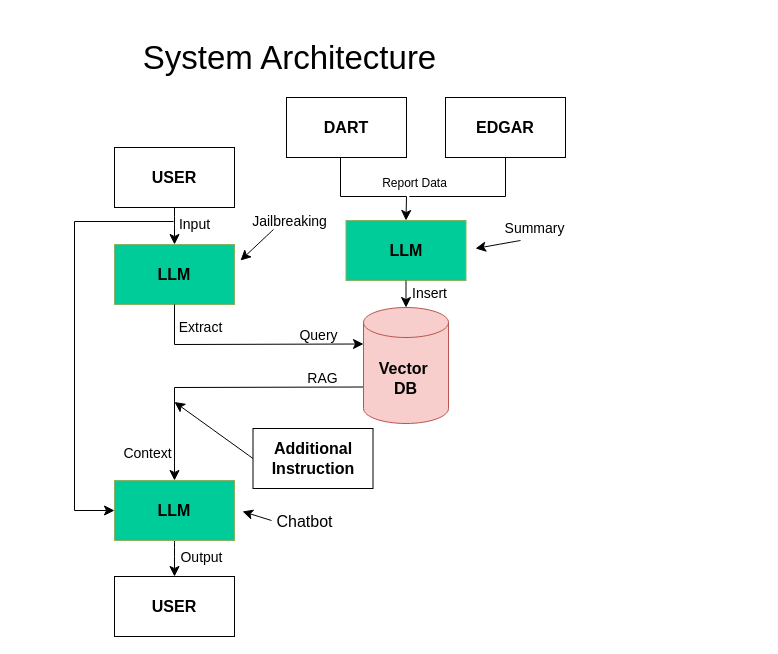
Above: PROJECT/시스템아키텍쳐.drawio in wjdfo/project2team8 (draw.io), before the change. Source tidied: cells renumbered, new cells numbered last; positions are measured from the earlier drawing's top-left corner, leaving out a move shared by most shapes. Both pictures are drawn from the tidied source at 100%, with x=0, y=0 at pixel (74, 31).
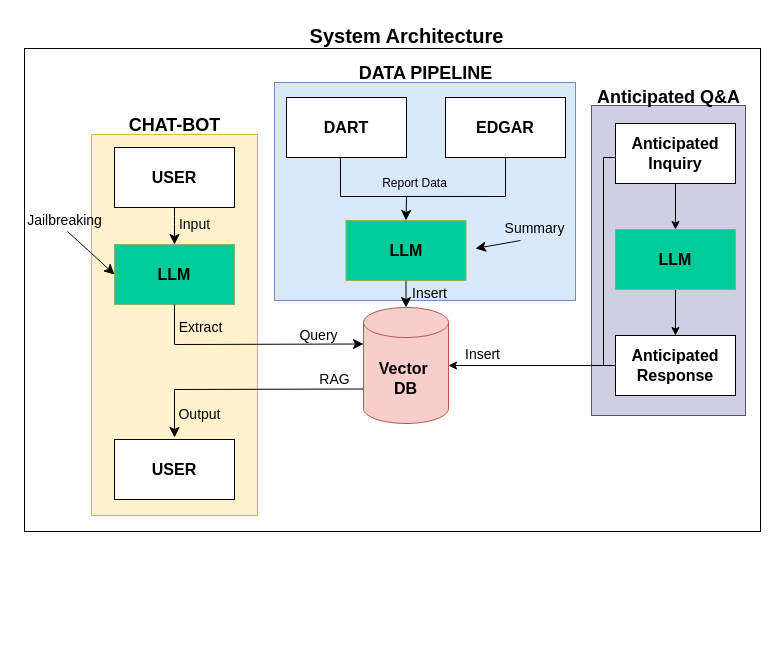
After the change.

Commit message (it also covers changes not shown here):
Docs: System Architecture v2

The change refers to these unchanged cells:
```xml
<mxCell id="4" value="&lt;font style=&quot;font-size: 16px;&quot;&gt;&lt;b&gt;LLM&lt;/b&gt;&lt;/font&gt;" style="rounded=0;whiteSpace=wrap;html=1;fillColor=#00CC99;strokeColor=#82b366;" parent="1" vertex="1">
  <mxGeometry x="40" y="213" width="120" height="60" as="geometry" />
</mxCell>
<mxCell id="9" value="&lt;font style=&quot;font-size: 16px;&quot;&gt;&lt;b&gt;Vector&amp;nbsp;&lt;/b&gt;&lt;/font&gt;&lt;div style=&quot;font-size: 16px;&quot;&gt;&lt;font style=&quot;font-size: 16px;&quot;&gt;&lt;b&gt;DB&lt;/b&gt;&lt;/font&gt;&lt;/div&gt;" style="shape=cylinder3;whiteSpace=wrap;html=1;boundedLbl=1;backgroundOutline=1;size=15;fillColor=#f8cecc;strokeColor=#b85450;" parent="1" vertex="1">
  <mxGeometry x="289" y="276" width="85" height="116" as="geometry" />
</mxCell>
<mxCell id="12" value="&lt;font style=&quot;font-size: 16px;&quot;&gt;&lt;b&gt;EDGAR&lt;/b&gt;&lt;/font&gt;" style="rounded=0;whiteSpace=wrap;html=1;" parent="1" vertex="1">
  <mxGeometry x="371" y="66" width="120" height="60" as="geometry" />
</mxCell>
<mxCell id="15" value="&lt;font style=&quot;font-size: 12px;&quot;&gt;Report Data&lt;/font&gt;" style="text;html=1;align=center;verticalAlign=middle;points=[];strokeColor=none;fillColor=none;fontSize=16;" parent="1" vertex="1">
  <mxGeometry x="298.5" y="134" width="83" height="31" as="geometry" />
</mxCell>
```

Diff of the diagram source:
```diff
@@
+    <mxCell id="35" style="rounded=0;whiteSpace=wrap;html=1;" parent="1" vertex="1">
+      <mxGeometry x="-50" y="17" width="736" height="483" as="geometry" />
+    </mxCell>
+    <mxCell id="36" style="rounded=0;whiteSpace=wrap;html=1;fillColor=#fff2cc;strokeColor=#d6b656;" parent="1" vertex="1">
+      <mxGeometry x="17" y="103" width="166" height="381" as="geometry" />
+    </mxCell>
+    <mxCell id="37" style="rounded=0;whiteSpace=wrap;html=1;fillColor=#d0cee2;strokeColor=#56517e;" parent="1" vertex="1">
+      <mxGeometry x="517" y="74" width="154" height="310" as="geometry" />
+    </mxCell>
+    <mxCell id="38" style="rounded=0;whiteSpace=wrap;html=1;fillColor=#dae8fc;strokeColor=#6c8ebf;" parent="1" vertex="1">
+      <mxGeometry x="200" y="51" width="301" height="218" as="geometry" />
+    </mxCell>
@@
-    <mxCell id="5" style="edgeStyle=none;curved=1;rounded=0;jettySize=auto;html=1;exitX=0.5;exitY=1;exitDx=0;exitDy=0;entryX=0.5;entryY=0;entryDx=0;entryDy=0;fontSize=12;startSize=8;endSize=8;" parent="1" edge="1" source="6" target="7">
-      <mxGeometry relative="1" as="geometry" />
-    </mxCell>
-    <mxCell id="6" value="&lt;font style=&quot;font-size: 16px;&quot;&gt;&lt;b&gt;LLM&lt;/b&gt;&lt;/font&gt;" style="rounded=0;whiteSpace=wrap;html=1;fillColor=#00cc99;strokeColor=#82b366;" parent="1" vertex="1">
-      <mxGeometry x="40" y="449" width="120" height="60" as="geometry" />
-    </mxCell>
     <mxCell id="7" value="&lt;font style=&quot;font-size: 16px;&quot;&gt;&lt;b&gt;USER&lt;/b&gt;&lt;/font&gt;" style="rounded=0;whiteSpace=wrap;html=1;" parent="1" vertex="1">
-      <mxGeometry x="40" y="545" width="120" height="60" as="geometry" />
+      <mxGeometry x="40" y="408" width="120" height="60" as="geometry" />
     </mxCell>
-    <mxCell id="8" style="edgeStyle=none;curved=0;rounded=0;jettySize=auto;html=1;exitX=0;exitY=0;exitDx=0;exitDy=79.5;exitPerimeter=0;entryX=0.5;entryY=0;entryDx=0;entryDy=0;fontSize=12;startSize=8;endSize=8;" parent="1" edge="1" source="9" target="6">
+    <mxCell id="8" style="edgeStyle=none;curved=0;rounded=0;orthogonalLoop=1;jettySize=auto;html=1;exitX=0;exitY=0;exitDx=0;exitDy=79.5;exitPerimeter=0;fontSize=12;startSize=8;endSize=8;" parent="1" edge="1">
       <mxGeometry relative="1" as="geometry">
+        <mxPoint x="289" y="357.5" as="sourcePoint" />
+        <mxPoint x="100" y="406" as="targetPoint" />
         <Array as="points">
-          <mxPoint x="100" y="356" />
+          <mxPoint x="100" y="358" />
         </Array>
       </mxGeometry>
     </mxCell>
@@
-    <mxCell id="14" style="endArrow=none;html=1;rounded=0;fontSize=12;startSize=8;endSize=8;curved=0;exitX=0.5;exitY=1;exitDx=0;exitDy=0;entryX=0.438;entryY=1;entryDx=0;entryDy=0;entryPerimeter=0;" parent="1" edge="1" source="12" target="15">
+    <mxCell id="14" style="endArrow=none;html=1;rounded=0;fontSize=12;startSize=8;endSize=8;curved=0;exitX=0.5;exitY=1;exitDx=0;exitDy=0;entryX=0.405;entryY=0.998;entryDx=0;entryDy=0;entryPerimeter=0;" parent="1" edge="1" source="12" target="15">
       <mxGeometry relative="1" as="geometry">
         <Array as="points">
           <mxPoint x="431" y="165" />
         </Array>
       </mxGeometry>
     </mxCell>
@@
-    <mxCell id="17" style="endArrow=classic;html=1;rounded=0;fontSize=12;startSize=8;endSize=8;curved=0;entryX=0;entryY=0.5;entryDx=0;entryDy=0;" parent="1" edge="1" target="6">
-      <mxGeometry relative="1" as="geometry">
-        <mxPoint x="99" y="190" as="sourcePoint" />
-        <Array as="points">
-          <mxPoint y="190" />
-          <mxPoint y="479" />
-        </Array>
-      </mxGeometry>
-    </mxCell>
@@
-    <mxCell id="20" value="&lt;font style=&quot;font-size: 14px;&quot;&gt;Output&lt;/font&gt;" style="text;html=1;align=center;verticalAlign=middle;strokeColor=none;fillColor=none;fontSize=16;" parent="1" vertex="1">
-      <mxGeometry x="97" y="509" width="60" height="31" as="geometry" />
-    </mxCell>
-    <mxCell id="21" style="edgeStyle=none;curved=1;rounded=0;jettySize=auto;html=1;exitX=0;exitY=0.5;exitDx=0;exitDy=0;fontSize=12;startSize=8;endSize=8;" parent="1" edge="1" source="22">
-      <mxGeometry relative="1" as="geometry">
-        <mxPoint x="100" y="370.5" as="targetPoint" />
-      </mxGeometry>
-    </mxCell>
-    <mxCell id="22" value="&lt;span style=&quot;font-size: 16px;&quot;&gt;&lt;b&gt;Additional&lt;/b&gt;&lt;/span&gt;&lt;div&gt;&lt;span style=&quot;font-size: 16px;&quot;&gt;&lt;b&gt;Instruction&lt;/b&gt;&lt;/span&gt;&lt;/div&gt;" style="rounded=0;whiteSpace=wrap;html=1;" parent="1" vertex="1">
-      <mxGeometry x="178.5" y="397" width="120" height="60" as="geometry" />
-    </mxCell>
-    <mxCell id="23" value="&lt;font style=&quot;font-size: 14px;&quot;&gt;Context&lt;/font&gt;" style="text;html=1;align=center;verticalAlign=middle;strokeColor=none;fillColor=none;fontSize=16;" parent="1" vertex="1">
-      <mxGeometry x="40" y="405" width="66" height="31" as="geometry" />
-    </mxCell>
-    <mxCell id="24" value="&lt;font style=&quot;font-size: 14px;&quot;&gt;RAG&lt;/font&gt;" style="text;html=1;align=center;verticalAlign=middle;strokeColor=none;fillColor=none;fontSize=16;" parent="1" vertex="1">
-      <mxGeometry x="223.5" y="330" width="48" height="31" as="geometry" />
-    </mxCell>
     <mxCell id="25" value="&lt;font style=&quot;font-size: 14px;&quot;&gt;Jailbreaking&lt;/font&gt;" style="text;html=1;align=center;verticalAlign=middle;points=[];strokeColor=none;fillColor=none;fontSize=16;" parent="1" vertex="1">
-      <mxGeometry x="168" y="173" width="93" height="31" as="geometry" />
+      <mxGeometry x="-57" y="172" width="93" height="31" as="geometry" />
     </mxCell>
-    <mxCell id="26" style="endArrow=classic;html=1;rounded=0;fontSize=12;startSize=8;endSize=8;curved=1;" parent="1" edge="1">
-      <mxGeometry relative="1" as="geometry">
-        <mxPoint x="199" y="198" as="sourcePoint" />
-        <mxPoint x="166" y="229" as="targetPoint" />
-      </mxGeometry>
+    <mxCell id="26" style="endArrow=classic;html=1;rounded=0;fontSize=12;startSize=8;endSize=8;curved=1;exitX=0.538;exitY=0.903;exitDx=0;exitDy=0;exitPerimeter=0;entryX=0;entryY=0.5;entryDx=0;entryDy=0;" parent="1" edge="1" source="25" target="4">
+      <mxGeometry relative="1" as="geometry" />
     </mxCell>
@@
-    <mxCell id="32" value="Chatbot" style="text;html=1;align=center;verticalAlign=middle;points=[];strokeColor=none;fillColor=none;fontSize=16;" parent="1" vertex="1">
-      <mxGeometry x="193" y="474" width="74" height="31" as="geometry" />
-    </mxCell>
-    <mxCell id="33" style="endArrow=classic;html=1;rounded=0;fontSize=12;startSize=8;endSize=8;curved=1;exitX=0.054;exitY=0.484;exitDx=0;exitDy=0;exitPerimeter=0;" parent="1" edge="1" source="32">
-      <mxGeometry relative="1" as="geometry">
-        <mxPoint x="168" y="480" as="targetPoint" />
-      </mxGeometry>
-    </mxCell>
+    <mxCell id="39" style="edgeStyle=orthogonalEdgeStyle;rounded=0;jettySize=auto;html=1;exitX=0.5;exitY=1;exitDx=0;exitDy=0;entryX=0.5;entryY=0;entryDx=0;entryDy=0;" parent="1" edge="1" source="40" target="6">
+      <mxGeometry relative="1" as="geometry" />
+    </mxCell>
+    <mxCell id="40" value="&lt;font style=&quot;font-size: 16px;&quot;&gt;&lt;b&gt;Anticipated Inquiry&lt;/b&gt;&lt;/font&gt;" style="rounded=0;whiteSpace=wrap;html=1;" parent="1" vertex="1">
+      <mxGeometry x="541" y="92" width="120" height="60" as="geometry" />
+    </mxCell>
+    <mxCell id="41" style="edgeStyle=orthogonalEdgeStyle;rounded=0;jettySize=auto;html=1;exitX=0.5;exitY=1;exitDx=0;exitDy=0;entryX=0.5;entryY=0;entryDx=0;entryDy=0;" parent="1" edge="1" source="6" target="42">
+      <mxGeometry relative="1" as="geometry" />
+    </mxCell>
+    <mxCell id="6" value="&lt;font style=&quot;font-size: 16px;&quot;&gt;&lt;b&gt;LLM&lt;/b&gt;&lt;/font&gt;" style="rounded=0;whiteSpace=wrap;html=1;fillColor=#00cc99;strokeColor=#82b366;" parent="1" vertex="1">
+      <mxGeometry x="541" y="198" width="120" height="60" as="geometry" />
+    </mxCell>
+    <mxCell id="42" value="&lt;font style=&quot;font-size: 16px;&quot;&gt;&lt;b&gt;Anticipated&lt;/b&gt;&lt;/font&gt;&lt;div&gt;&lt;font style=&quot;font-size: 16px;&quot;&gt;&lt;b&gt;Response&lt;/b&gt;&lt;/font&gt;&lt;/div&gt;" style="rounded=0;whiteSpace=wrap;html=1;" parent="1" vertex="1">
+      <mxGeometry x="541" y="304" width="120" height="60" as="geometry" />
+    </mxCell>
+    <mxCell id="43" style="edgeStyle=orthogonalEdgeStyle;rounded=0;jettySize=auto;html=1;exitX=0;exitY=0.5;exitDx=0;exitDy=0;entryX=1;entryY=0.5;entryDx=0;entryDy=0;entryPerimeter=0;" parent="1" edge="1" source="40" target="9">
+      <mxGeometry relative="1" as="geometry">
+        <Array as="points">
+          <mxPoint x="541" y="126" />
+          <mxPoint x="529" y="126" />
+          <mxPoint x="529" y="334" />
+        </Array>
+      </mxGeometry>
+    </mxCell>
+    <mxCell id="44" style="endArrow=none;html=1;rounded=0;entryX=0;entryY=0.5;entryDx=0;entryDy=0;" parent="1" edge="1" target="42">
+      <mxGeometry relative="1" as="geometry">
+        <mxPoint x="514" y="334" as="sourcePoint" />
+      </mxGeometry>
+    </mxCell>
+    <mxCell id="45" value="&lt;font style=&quot;font-size: 14px;&quot;&gt;Insert&lt;/font&gt;" style="text;html=1;align=center;verticalAlign=middle;strokeColor=none;fillColor=none;" parent="1" vertex="1">
+      <mxGeometry x="381.5" y="308" width="53" height="29" as="geometry" />
+    </mxCell>
+    <mxCell id="46" value="&lt;b&gt;&lt;font style=&quot;font-size: 18px;&quot;&gt;DATA PIPELINE&lt;/font&gt;&lt;/b&gt;" style="text;html=1;align=center;verticalAlign=middle;strokeColor=none;fillColor=none;" parent="1" vertex="1">
+      <mxGeometry x="274.5" y="25" width="152" height="34" as="geometry" />
+    </mxCell>
+    <mxCell id="47" value="&lt;font style=&quot;font-size: 18px;&quot;&gt;&lt;b&gt;Anticipated Q&amp;amp;A&lt;/b&gt;&lt;/font&gt;" style="text;html=1;align=center;verticalAlign=middle;strokeColor=none;fillColor=none;" parent="1" vertex="1">
+      <mxGeometry x="513" y="49" width="161" height="34" as="geometry" />
+    </mxCell>
+    <mxCell id="24" value="&lt;font style=&quot;font-size: 14px;&quot;&gt;RAG&lt;/font&gt;" style="text;html=1;align=center;verticalAlign=middle;strokeColor=none;fillColor=none;" parent="1" vertex="1">
+      <mxGeometry x="236" y="333" width="48" height="29" as="geometry" />
+    </mxCell>
+    <mxCell id="48" value="&lt;b&gt;&lt;font style=&quot;font-size: 18px;&quot;&gt;CHAT-BOT&lt;/font&gt;&lt;/b&gt;" style="text;html=1;align=center;verticalAlign=middle;strokeColor=none;fillColor=none;" parent="1" vertex="1">
+      <mxGeometry x="45" y="77" width="110" height="34" as="geometry" />
+    </mxCell>
+    <mxCell id="20" value="&lt;font style=&quot;font-size: 14px;&quot;&gt;Output&lt;/font&gt;" style="text;html=1;align=center;verticalAlign=middle;strokeColor=none;fillColor=none;" parent="1" vertex="1">
+      <mxGeometry x="95" y="368" width="60" height="29" as="geometry" />
+    </mxCell>
-    <mxCell id="34" value="&lt;font style=&quot;font-size: 33px;&quot;&gt;System Architecture&lt;/font&gt;" style="text;html=1;align=center;verticalAlign=middle;strokeColor=none;fillColor=none;fontSize=16;" parent="1" vertex="1">
-      <mxGeometry x="59" width="311" height="52" as="geometry" />
+    <mxCell id="34" value="&lt;font style=&quot;font-size: 20px;&quot;&gt;&lt;b&gt;System Architecture&lt;/b&gt;&lt;/font&gt;" style="text;html=1;align=center;verticalAlign=middle;strokeColor=none;fillColor=none;" parent="1" vertex="1">
+      <mxGeometry x="225.5" y="-14" width="212" height="36" as="geometry" />
     </mxCell>
```
